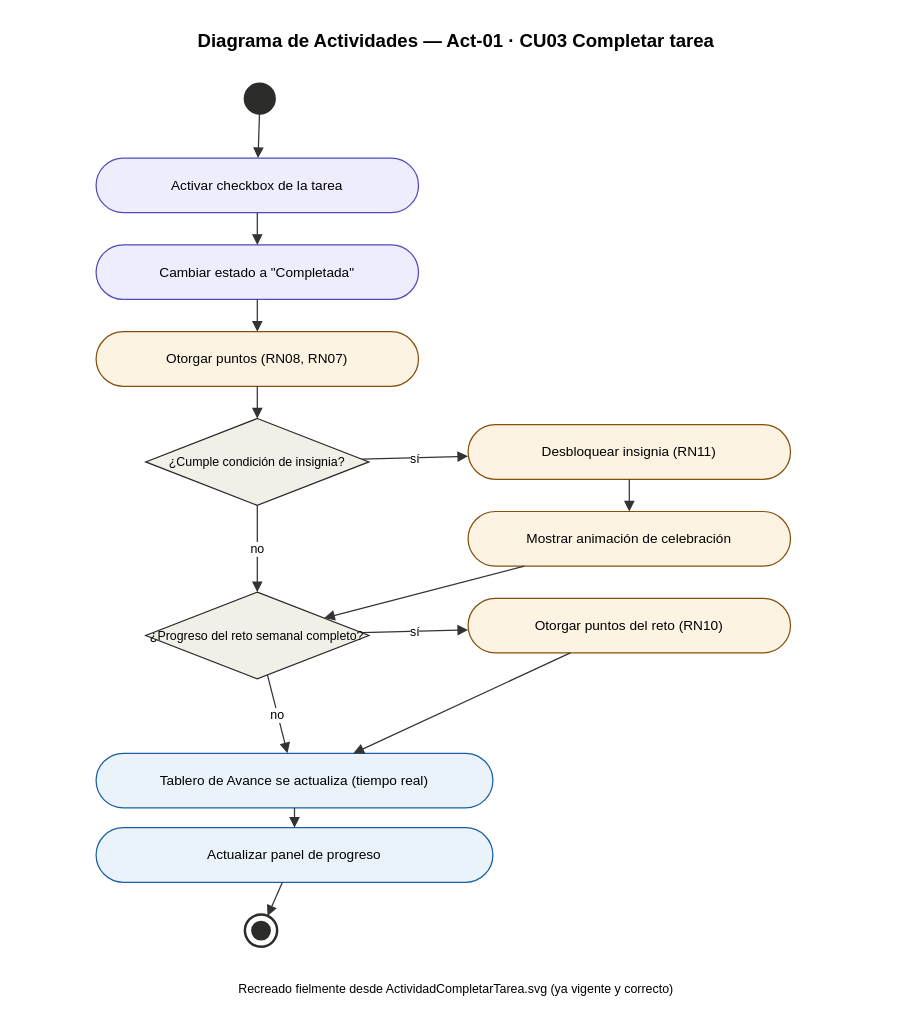
Above: pjc/docs/diseno/drawio/08_Actividad_Act01_CompletarTarea.drawio in Castillo8976/H-bitos-Gamificados-Uni (draw.io), before the change. Source tidied: cells renumbered, new cells numbered last; positions are measured from the earlier drawing's top-left corner, leaving out a move shared by most shapes. Both pictures are drawn from the tidied source at 124%, with x=0, y=0 at pixel (21, 21).
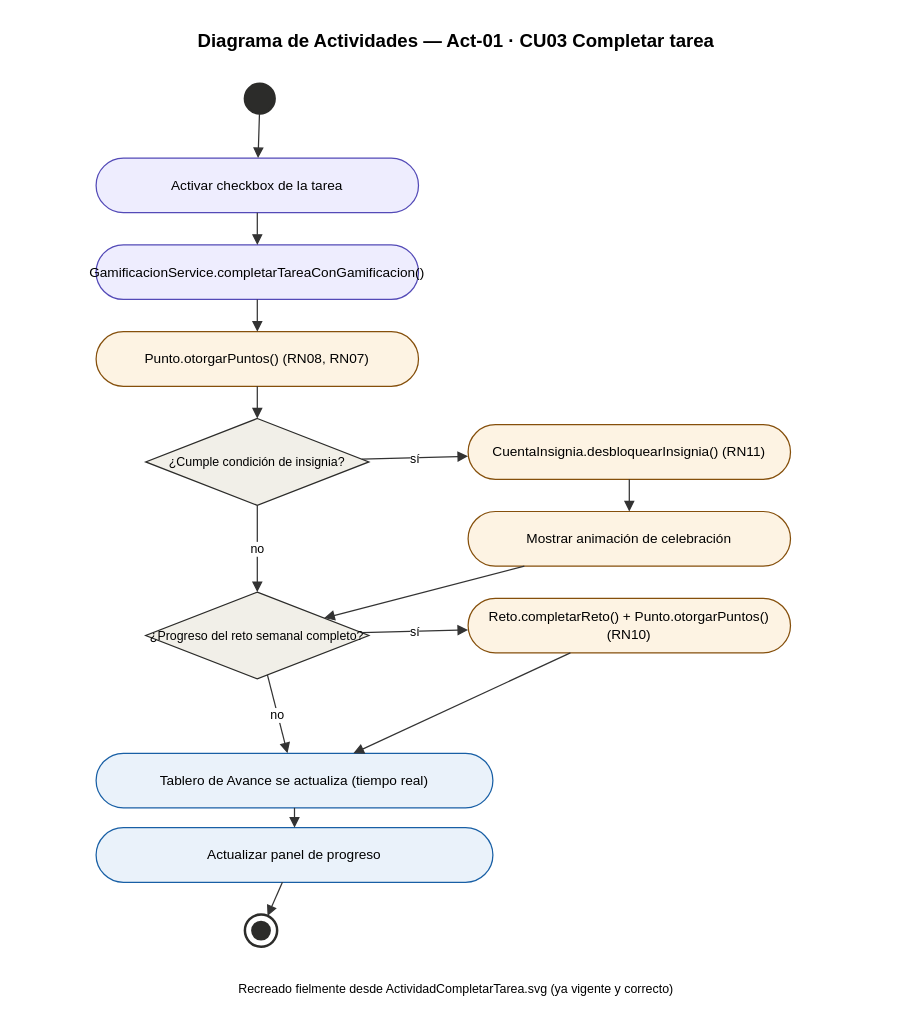
Above is the later version.

The edit, as a diff of the source:
```diff
@@
-    <mxCell id="5" value="Cambiar estado a &quot;Completada&quot;" style="rounded=1;arcSize=50;whiteSpace=wrap;html=1;fillColor=#EEEDFE;strokeColor=#534AB7;fontSize=11;" parent="1" vertex="1">
+    <mxCell id="5" value="GamificacionService.completarTareaConGamificacion()" style="rounded=1;arcSize=50;whiteSpace=wrap;html=1;fillColor=#EEEDFE;strokeColor=#534AB7;fontSize=11;" parent="1" vertex="1">
       <mxGeometry x="60" y="180" width="260" height="44" as="geometry" />
     </mxCell>
-    <mxCell id="6" value="Otorgar puntos (RN08, RN07)" style="rounded=1;arcSize=50;whiteSpace=wrap;html=1;fillColor=#FDF3E3;strokeColor=#854F0B;fontSize=11;" parent="1" vertex="1">
+    <mxCell id="6" value="Punto.otorgarPuntos() (RN08, RN07)" style="rounded=1;arcSize=50;whiteSpace=wrap;html=1;fillColor=#FDF3E3;strokeColor=#854F0B;fontSize=11;" parent="1" vertex="1">
       <mxGeometry x="60" y="250" width="260" height="44" as="geometry" />
     </mxCell>
@@
-    <mxCell id="8" value="Desbloquear insignia (RN11)" style="rounded=1;arcSize=50;whiteSpace=wrap;html=1;fillColor=#FDF3E3;strokeColor=#854F0B;fontSize=11;" parent="1" vertex="1">
+    <mxCell id="8" value="CuentaInsignia.desbloquearInsignia() (RN11)" style="rounded=1;arcSize=50;whiteSpace=wrap;html=1;fillColor=#FDF3E3;strokeColor=#854F0B;fontSize=11;" parent="1" vertex="1">
       <mxGeometry x="360" y="325" width="260" height="44" as="geometry" />
     </mxCell>
@@
-    <mxCell id="11" value="Otorgar puntos del reto (RN10)" style="rounded=1;arcSize=50;whiteSpace=wrap;html=1;fillColor=#FDF3E3;strokeColor=#854F0B;fontSize=11;" parent="1" vertex="1">
+    <mxCell id="11" value="Reto.completarReto() + Punto.otorgarPuntos() (RN10)" style="rounded=1;arcSize=50;whiteSpace=wrap;html=1;fillColor=#FDF3E3;strokeColor=#854F0B;fontSize=11;" parent="1" vertex="1">
       <mxGeometry x="360" y="465" width="260" height="44" as="geometry" />
     </mxCell>
```
